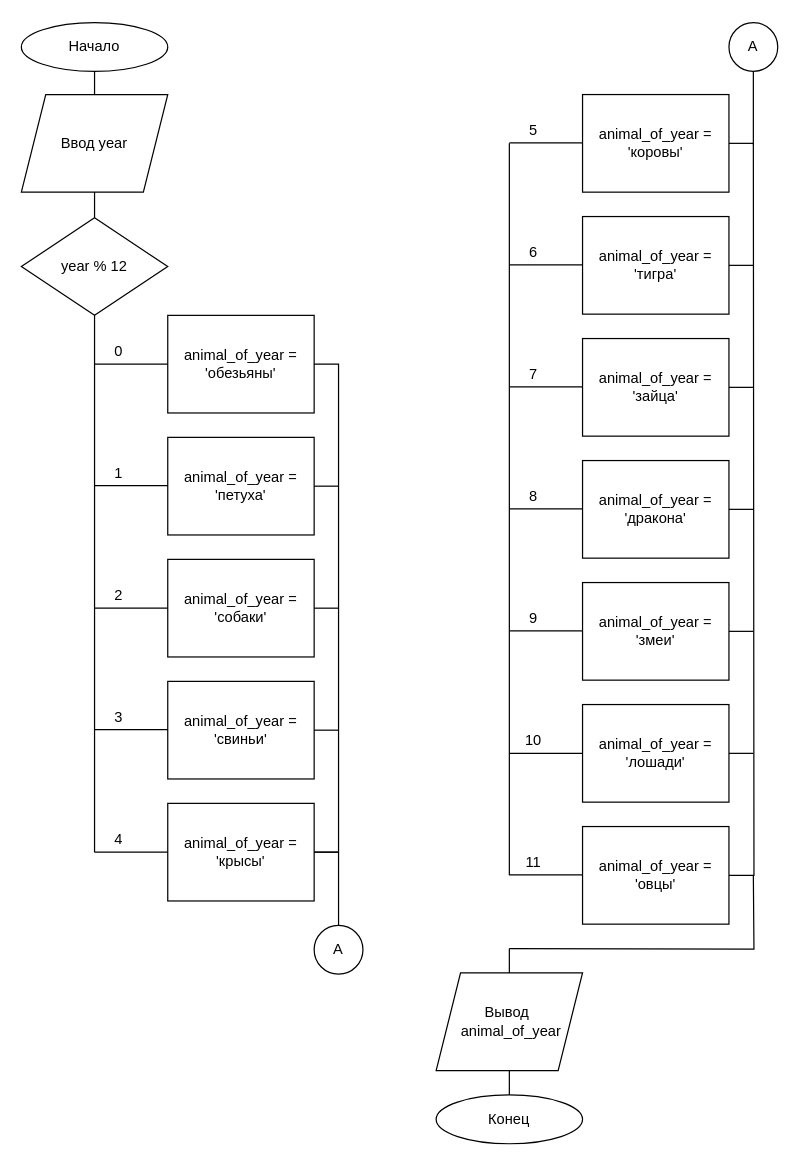
Above: block_for_second.drawio in Arisu-py/Python_conditions (draw.io), before the change. Source tidied: cells renumbered, new cells numbered last; positions are measured from the earlier drawing's top-left corner, leaving out a move shared by most shapes. Both pictures are drawn from the tidied source at 122%, with x=0, y=0 at pixel (21, 22).
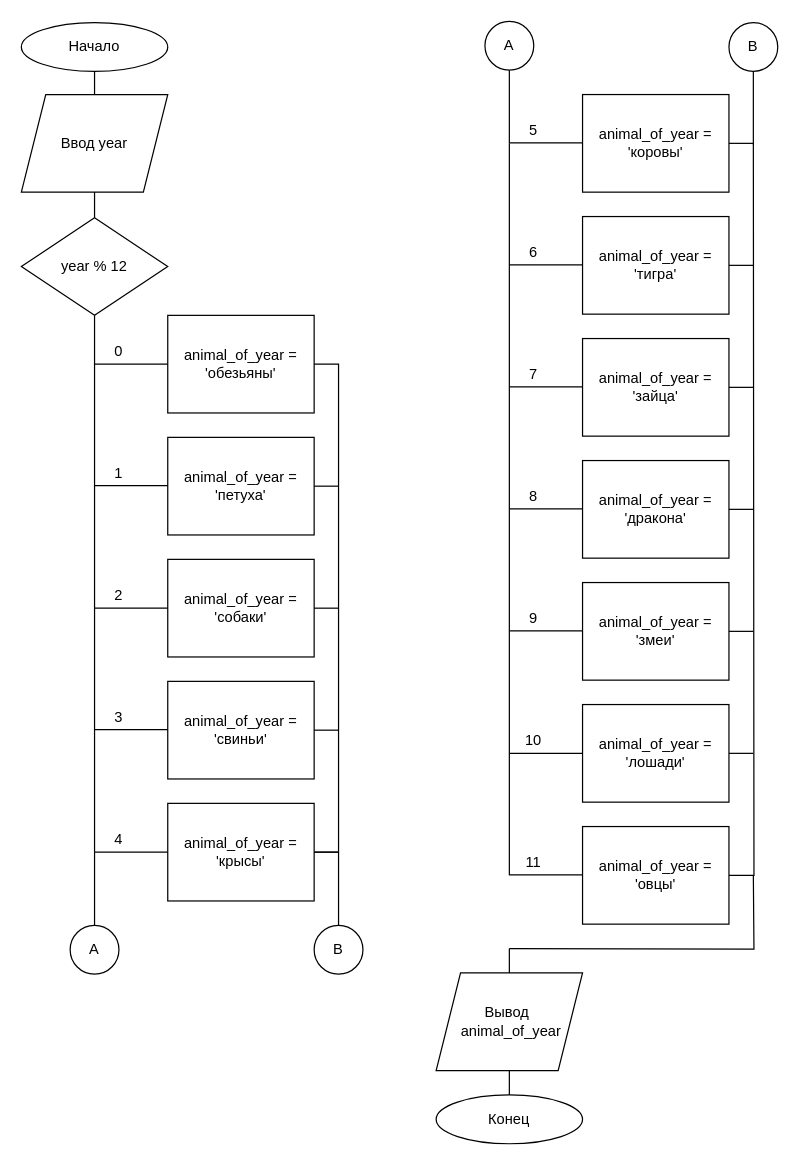
After the change.

Commit message (it also covers changes not shown here):
one more change for blocks

Change to the diagram source:
```diff
@@
-    <mxCell id="53" value="A" style="ellipse;whiteSpace=wrap;html=1;shapeInside=1;" parent="1" vertex="1">
+    <mxCell id="53" value="B" style="ellipse;whiteSpace=wrap;html=1;shapeInside=1;" parent="1" vertex="1">
       <mxGeometry x="580" width="40" height="40" as="geometry" />
     </mxCell>
@@
-    <mxCell id="62" value="A" style="ellipse;whiteSpace=wrap;html=1;shapeInside=1;" parent="1" vertex="1">
+    <mxCell id="62" value="B" style="ellipse;whiteSpace=wrap;html=1;shapeInside=1;" parent="1" vertex="1">
       <mxGeometry x="240" y="740" width="40" height="40" as="geometry" />
     </mxCell>
@@
+    <mxCell id="66" style="endArrow=none;html=1;rounded=0;entryX=0;entryY=1;entryDx=0;entryDy=0;" parent="1" edge="1">
+      <mxGeometry relative="1" as="geometry">
+        <mxPoint x="60" y="740" as="sourcePoint" />
+        <mxPoint x="60" y="680" as="targetPoint" />
+      </mxGeometry>
+    </mxCell>
+    <mxCell id="67" value="A" style="ellipse;whiteSpace=wrap;html=1;shapeInside=1;" parent="1" vertex="1">
+      <mxGeometry x="40" y="740" width="40" height="40" as="geometry" />
+    </mxCell>
+    <mxCell id="68" value="A" style="ellipse;whiteSpace=wrap;html=1;shapeInside=1;" parent="1" vertex="1">
+      <mxGeometry x="380" y="-1" width="40" height="40" as="geometry" />
+    </mxCell>
+    <mxCell id="69" style="endArrow=none;html=1;rounded=0;entryX=0.5;entryY=1;entryDx=0;entryDy=0;" parent="1" edge="1" target="68">
+      <mxGeometry relative="1" as="geometry">
+        <mxPoint x="400" y="99" as="sourcePoint" />
+      </mxGeometry>
+    </mxCell>
```
